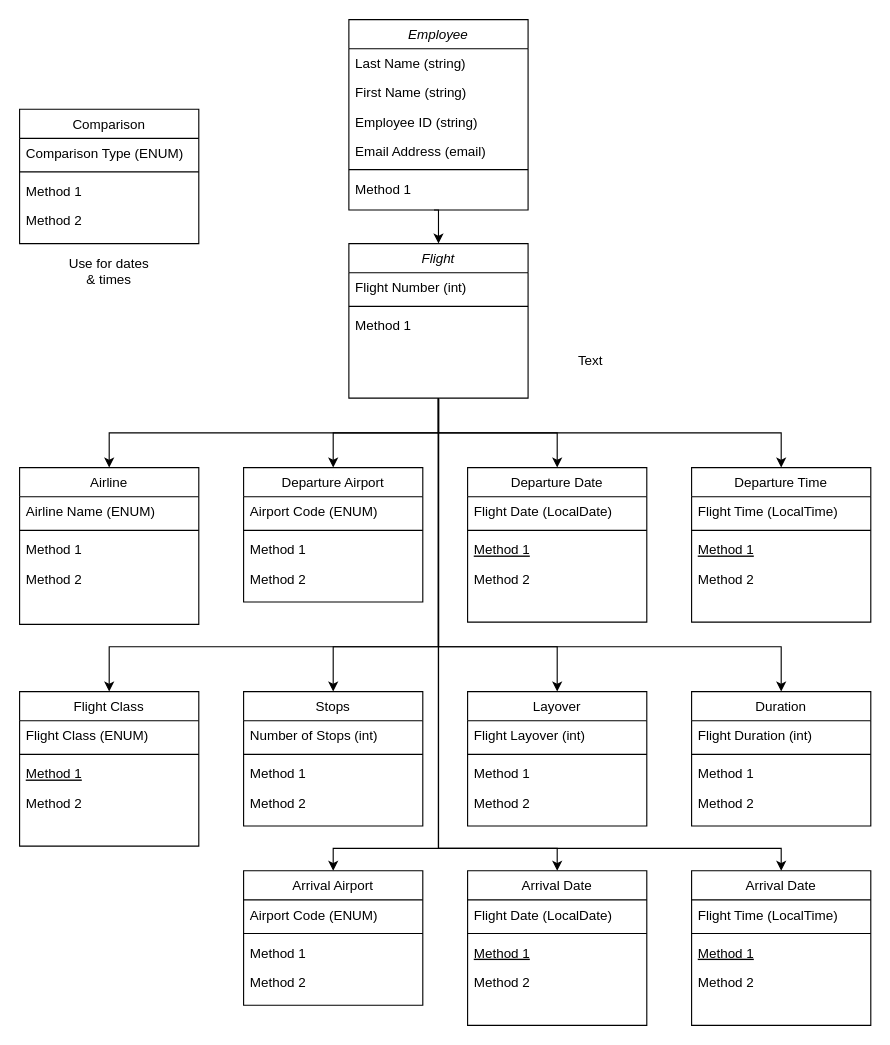
Above: Class Diagram.drawio in DiBrown/FlightFinder (draw.io), before the change. Source tidied: cells renumbered, new cells numbered last; positions are measured from the earlier drawing's top-left corner, leaving out a move shared by most shapes. Both pictures are drawn from the tidied source at 112%, with x=0, y=0 at pixel (19, 19).
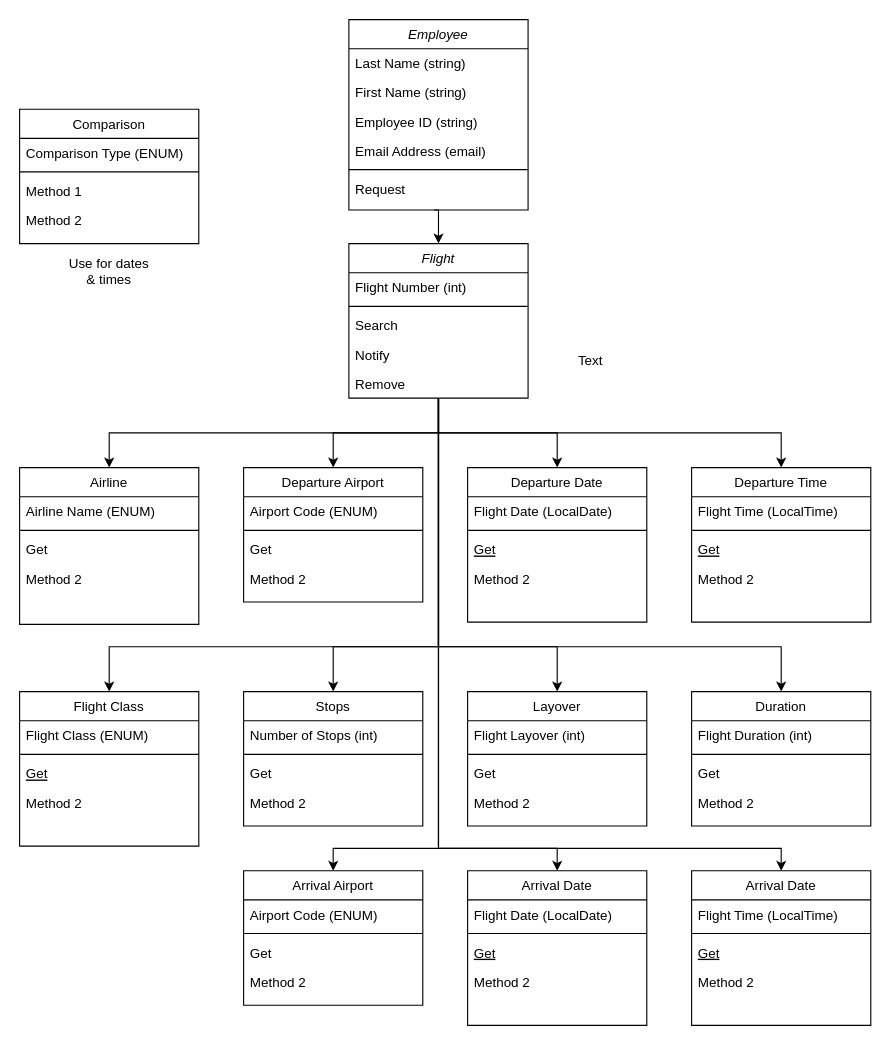
The same page after the edit.

The change refers to these unchanged cells:
```xml
<mxCell id="13" value="Flight" style="swimlane;fontStyle=2;align=center;verticalAlign=top;horizontal=1;startSize=26;rounded=0;shadow=0;strokeWidth=1;" parent="1" vertex="1">
  <mxGeometry x="294" y="200" width="160" height="138" as="geometry" />
</mxCell>
<mxCell id="17" value="Departure Date" style="swimlane;fontStyle=0;align=center;verticalAlign=top;horizontal=1;startSize=26;rounded=0;shadow=0;strokeWidth=1;" parent="1" vertex="1">
  <mxGeometry x="400" y="400" width="160" height="138" as="geometry" />
</mxCell>
<mxCell id="22" value="Departure Airport" style="swimlane;fontStyle=0;align=center;verticalAlign=top;horizontal=1;startSize=26;rounded=0;shadow=0;strokeWidth=1;" parent="1" vertex="1">
  <mxGeometry x="200" y="400" width="160" height="120" as="geometry" />
</mxCell>
<mxCell id="27" value="Airline" style="swimlane;fontStyle=0;align=center;verticalAlign=top;horizontal=1;startSize=26;rounded=0;shadow=0;strokeWidth=1;" parent="1" vertex="1">
  <mxGeometry y="400" width="160" height="140" as="geometry" />
</mxCell>
<mxCell id="32" value="Employee" style="swimlane;fontStyle=2;align=center;verticalAlign=top;horizontal=1;startSize=26;rounded=0;shadow=0;strokeWidth=1;" parent="1" vertex="1">
  <mxGeometry x="294" width="160" height="170" as="geometry" />
</mxCell>
<mxCell id="39" value="Departure Time" style="swimlane;fontStyle=0;align=center;verticalAlign=top;horizontal=1;startSize=26;rounded=0;shadow=0;strokeWidth=1;" parent="1" vertex="1">
  <mxGeometry x="600" y="400" width="160" height="138" as="geometry" />
</mxCell>
<mxCell id="44" value="Flight Class" style="swimlane;fontStyle=0;align=center;verticalAlign=top;horizontal=1;startSize=26;rounded=0;shadow=0;strokeWidth=1;" parent="1" vertex="1">
  <mxGeometry y="600" width="160" height="138" as="geometry" />
</mxCell>
<mxCell id="49" value="Duration" style="swimlane;fontStyle=0;align=center;verticalAlign=top;horizontal=1;startSize=26;rounded=0;shadow=0;strokeWidth=1;" parent="1" vertex="1">
  <mxGeometry x="600" y="600" width="160" height="120" as="geometry" />
</mxCell>
<mxCell id="54" value="Layover" style="swimlane;fontStyle=0;align=center;verticalAlign=top;horizontal=1;startSize=26;rounded=0;shadow=0;strokeWidth=1;" parent="1" vertex="1">
  <mxGeometry x="400" y="600" width="160" height="120" as="geometry" />
</mxCell>
<mxCell id="59" value="Stops" style="swimlane;fontStyle=0;align=center;verticalAlign=top;horizontal=1;startSize=26;rounded=0;shadow=0;strokeWidth=1;" parent="1" vertex="1">
  <mxGeometry x="200" y="600" width="160" height="120" as="geometry" />
</mxCell>
<mxCell id="69" value="Arrival Airport" style="swimlane;fontStyle=0;align=center;verticalAlign=top;horizontal=1;startSize=26;rounded=0;shadow=0;strokeWidth=1;" parent="1" vertex="1">
  <mxGeometry x="200" y="760" width="160" height="120" as="geometry" />
</mxCell>
<mxCell id="74" value="Arrival Date" style="swimlane;fontStyle=0;align=center;verticalAlign=top;horizontal=1;startSize=26;rounded=0;shadow=0;strokeWidth=1;" parent="1" vertex="1">
  <mxGeometry x="400" y="760" width="160" height="138" as="geometry" />
</mxCell>
<mxCell id="79" value="Arrival Date" style="swimlane;fontStyle=0;align=center;verticalAlign=top;horizontal=1;startSize=26;rounded=0;shadow=0;strokeWidth=1;" parent="1" vertex="1">
  <mxGeometry x="600" y="760" width="160" height="138" as="geometry" />
</mxCell>
```

What changed in the source:
```diff
@@
-    <mxCell id="16" value="Method 1" style="text;align=left;verticalAlign=top;spacingLeft=4;spacingRight=4;overflow=hidden;" parent="13" vertex="1">
+    <mxCell id="16" value="Search" style="text;align=left;verticalAlign=top;spacingLeft=4;spacingRight=4;overflow=hidden;" parent="13" vertex="1">
       <mxGeometry y="60" width="160" height="26" as="geometry" />
     </mxCell>
+    <mxCell id="87" value="Notify" style="text;align=left;verticalAlign=top;spacingLeft=4;spacingRight=4;overflow=hidden;" parent="13" vertex="1">
+      <mxGeometry y="86" width="160" height="26" as="geometry" />
+    </mxCell>
+    <mxCell id="88" value="Remove" style="text;align=left;verticalAlign=top;spacingLeft=4;spacingRight=4;overflow=hidden;" parent="13" vertex="1">
+      <mxGeometry y="112" width="160" height="26" as="geometry" />
+    </mxCell>
@@
-    <mxCell id="20" value="Method 1&#10;" style="text;align=left;verticalAlign=top;spacingLeft=4;spacingRight=4;overflow=hidden;fontStyle=4;" parent="17" vertex="1">
+    <mxCell id="20" value="Get" style="text;align=left;verticalAlign=top;spacingLeft=4;spacingRight=4;overflow=hidden;fontStyle=4;" parent="17" vertex="1">
       <mxGeometry y="60" width="160" height="26" as="geometry" />
     </mxCell>
@@
-    <mxCell id="25" value="Method 1" style="text;align=left;verticalAlign=top;spacingLeft=4;spacingRight=4;overflow=hidden;" parent="22" vertex="1">
+    <mxCell id="25" value="Get" style="text;align=left;verticalAlign=top;spacingLeft=4;spacingRight=4;overflow=hidden;" parent="22" vertex="1">
       <mxGeometry y="60" width="160" height="26" as="geometry" />
     </mxCell>
@@
-    <mxCell id="30" value="Method 1" style="text;align=left;verticalAlign=top;spacingLeft=4;spacingRight=4;overflow=hidden;" parent="27" vertex="1">
+    <mxCell id="30" value="Get" style="text;align=left;verticalAlign=top;spacingLeft=4;spacingRight=4;overflow=hidden;" parent="27" vertex="1">
       <mxGeometry y="60" width="160" height="26" as="geometry" />
     </mxCell>
@@
-    <mxCell id="38" value="Method 1&#10;" style="text;align=left;verticalAlign=top;spacingLeft=4;spacingRight=4;overflow=hidden;" parent="32" vertex="1">
+    <mxCell id="38" value="Request" style="text;align=left;verticalAlign=top;spacingLeft=4;spacingRight=4;overflow=hidden;" parent="32" vertex="1">
       <mxGeometry y="138" width="160" height="32" as="geometry" />
     </mxCell>
@@
-    <mxCell id="42" value="Method 1" style="text;align=left;verticalAlign=top;spacingLeft=4;spacingRight=4;overflow=hidden;fontStyle=4;" parent="39" vertex="1">
+    <mxCell id="42" value="Get" style="text;align=left;verticalAlign=top;spacingLeft=4;spacingRight=4;overflow=hidden;fontStyle=4;" parent="39" vertex="1">
       <mxGeometry y="60" width="160" height="26" as="geometry" />
     </mxCell>
@@
-    <mxCell id="47" value="Method 1" style="text;align=left;verticalAlign=top;spacingLeft=4;spacingRight=4;overflow=hidden;fontStyle=4;" parent="44" vertex="1">
+    <mxCell id="47" value="Get" style="text;align=left;verticalAlign=top;spacingLeft=4;spacingRight=4;overflow=hidden;fontStyle=4;" parent="44" vertex="1">
       <mxGeometry y="60" width="160" height="26" as="geometry" />
     </mxCell>
@@
-    <mxCell id="52" value="Method 1" style="text;align=left;verticalAlign=top;spacingLeft=4;spacingRight=4;overflow=hidden;" parent="49" vertex="1">
+    <mxCell id="52" value="Get" style="text;align=left;verticalAlign=top;spacingLeft=4;spacingRight=4;overflow=hidden;" parent="49" vertex="1">
       <mxGeometry y="60" width="160" height="26" as="geometry" />
     </mxCell>
@@
-    <mxCell id="57" value="Method 1" style="text;align=left;verticalAlign=top;spacingLeft=4;spacingRight=4;overflow=hidden;" parent="54" vertex="1">
+    <mxCell id="57" value="Get" style="text;align=left;verticalAlign=top;spacingLeft=4;spacingRight=4;overflow=hidden;" parent="54" vertex="1">
       <mxGeometry y="60" width="160" height="26" as="geometry" />
     </mxCell>
@@
-    <mxCell id="62" value="Method 1" style="text;align=left;verticalAlign=top;spacingLeft=4;spacingRight=4;overflow=hidden;" parent="59" vertex="1">
+    <mxCell id="62" value="Get" style="text;align=left;verticalAlign=top;spacingLeft=4;spacingRight=4;overflow=hidden;" parent="59" vertex="1">
       <mxGeometry y="60" width="160" height="26" as="geometry" />
     </mxCell>
@@
-    <mxCell id="72" value="Method 1" style="text;align=left;verticalAlign=top;spacingLeft=4;spacingRight=4;overflow=hidden;" parent="69" vertex="1">
+    <mxCell id="72" value="Get" style="text;align=left;verticalAlign=top;spacingLeft=4;spacingRight=4;overflow=hidden;" parent="69" vertex="1">
       <mxGeometry y="60" width="160" height="26" as="geometry" />
     </mxCell>
@@
-    <mxCell id="77" value="Method 1&#10;" style="text;align=left;verticalAlign=top;spacingLeft=4;spacingRight=4;overflow=hidden;fontStyle=4;" parent="74" vertex="1">
+    <mxCell id="77" value="Get" style="text;align=left;verticalAlign=top;spacingLeft=4;spacingRight=4;overflow=hidden;fontStyle=4;" parent="74" vertex="1">
       <mxGeometry y="60" width="160" height="26" as="geometry" />
     </mxCell>
@@
-    <mxCell id="82" value="Method 1" style="text;align=left;verticalAlign=top;spacingLeft=4;spacingRight=4;overflow=hidden;fontStyle=4;" parent="79" vertex="1">
+    <mxCell id="82" value="Get" style="text;align=left;verticalAlign=top;spacingLeft=4;spacingRight=4;overflow=hidden;fontStyle=4;" parent="79" vertex="1">
       <mxGeometry y="60" width="160" height="26" as="geometry" />
     </mxCell>
```
